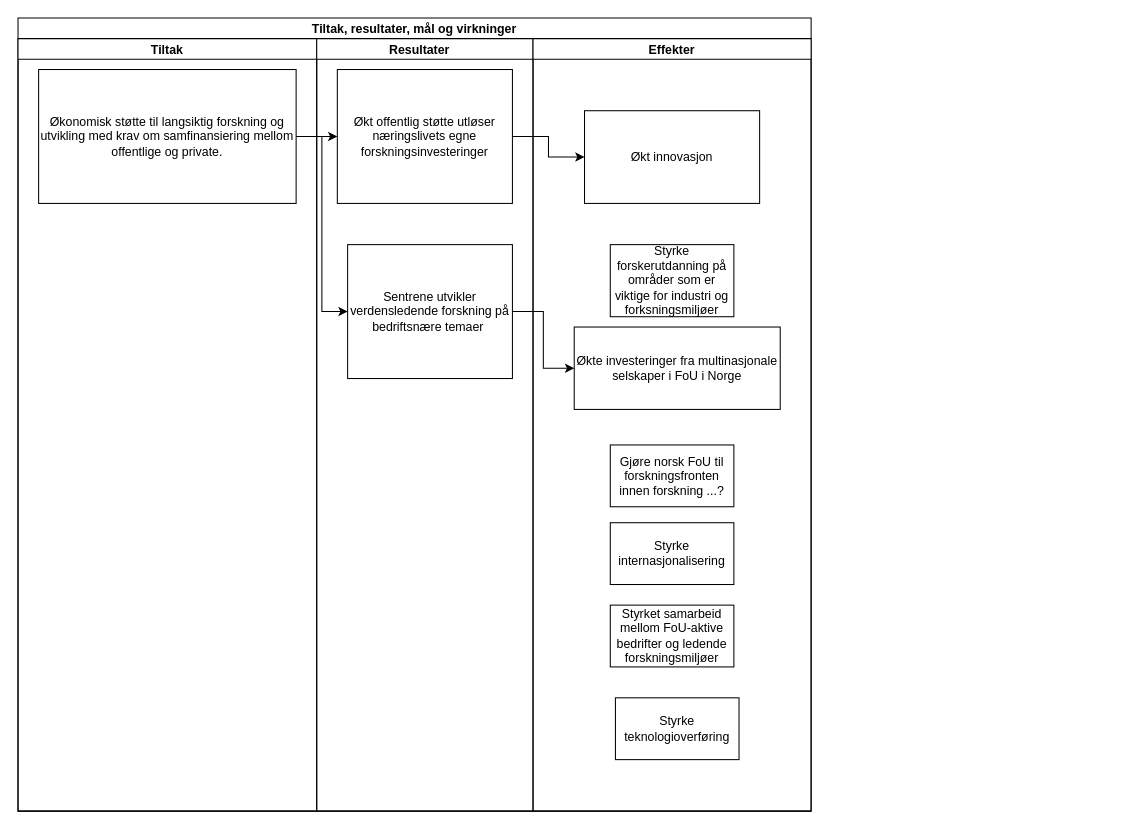
Above: SFI_effektdiagram.drawio in gardenberg/drawio_tegninger (draw.io), before the change. Source tidied: cells renumbered, new cells numbered last; positions are measured from the earlier drawing's top-left corner, leaving out a move shared by most shapes. Both pictures are drawn from the tidied source at 103%, with x=0, y=0 at pixel (18, 18).
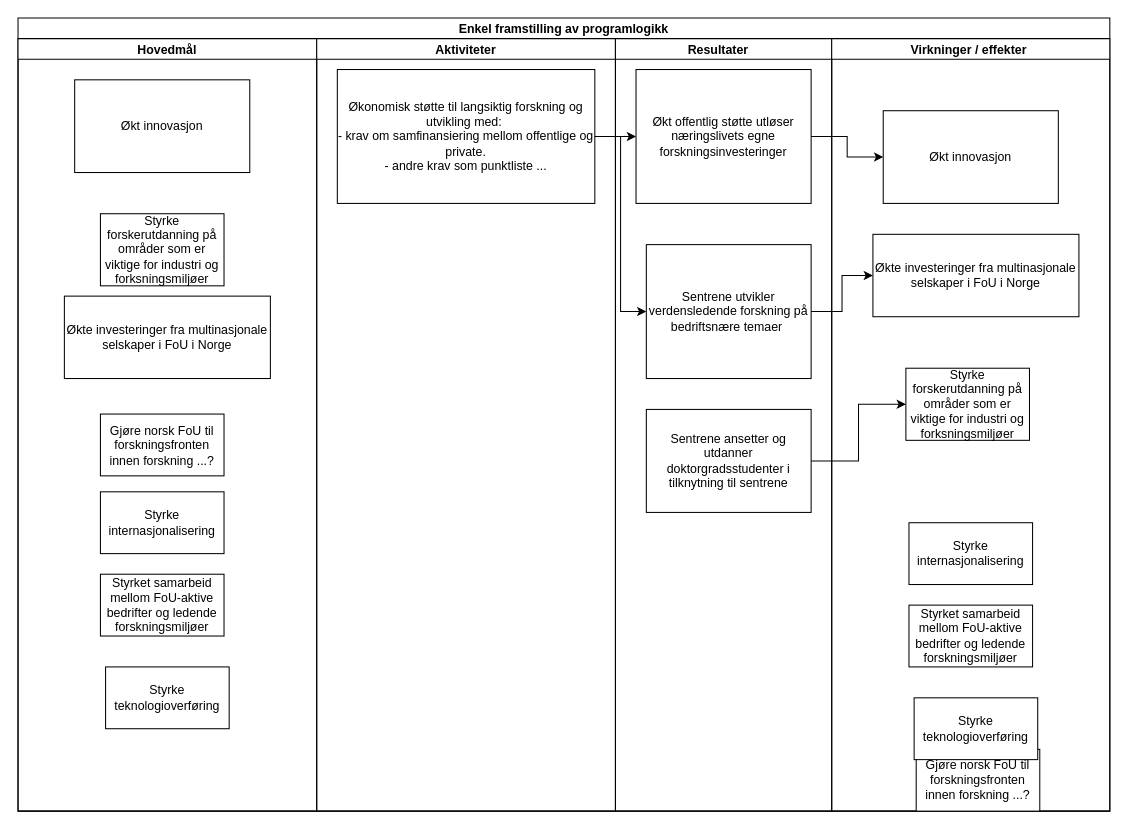
Above is the later version.

Diff of the diagram source:
```diff
@@
-    <mxCell id="2" value="Tiltak, resultater, mål og virkninger" style="swimlane;startSize=20;" parent="1" vertex="1">
-      <mxGeometry width="770" height="770" as="geometry" />
+    <mxCell id="2" value="Enkel framstilling av programlogikk" style="swimlane;startSize=20;" parent="1" vertex="1">
+      <mxGeometry width="1060" height="770" as="geometry" />
     </mxCell>
+    <mxCell id="20" value="Hovedmål" style="swimlane;startSize=20;" parent="2" vertex="1">
+      <mxGeometry y="20" width="290" height="750" as="geometry" />
+    </mxCell>
+    <mxCell id="21" value="Styrke internasjonalisering" style="whiteSpace=wrap;html=1;" parent="20" vertex="1">
+      <mxGeometry x="80" y="440" width="120" height="60" as="geometry" />
+    </mxCell>
+    <mxCell id="22" value="Styrke forskerutdanning på områder som er viktige for industri og forksningsmiljøer" style="whiteSpace=wrap;html=1;" parent="20" vertex="1">
+      <mxGeometry x="80" y="170" width="120" height="70" as="geometry" />
+    </mxCell>
+    <mxCell id="23" value="Økt innovasjon" style="whiteSpace=wrap;html=1;" parent="20" vertex="1">
+      <mxGeometry x="55" y="40" width="170" height="90" as="geometry" />
+    </mxCell>
+    <mxCell id="24" value="Økte investeringer fra multinasjonale selskaper i FoU i Norge" style="whiteSpace=wrap;html=1;" parent="20" vertex="1">
+      <mxGeometry x="45" y="250" width="200" height="80" as="geometry" />
+    </mxCell>
+    <mxCell id="25" value="Gjøre norsk FoU til forskningsfronten innen forskning ...?" style="whiteSpace=wrap;html=1;" parent="20" vertex="1">
+      <mxGeometry x="80" y="364.5" width="120" height="60" as="geometry" />
+    </mxCell>
+    <mxCell id="26" value="Styrket samarbeid mellom FoU-aktive bedrifter og ledende forskningsmiljøer" style="whiteSpace=wrap;html=1;" parent="20" vertex="1">
+      <mxGeometry x="80" y="520" width="120" height="60" as="geometry" />
+    </mxCell>
+    <mxCell id="27" value="Styrke teknologioverføring" style="whiteSpace=wrap;html=1;" parent="20" vertex="1">
+      <mxGeometry x="85" y="610" width="120" height="60" as="geometry" />
+    </mxCell>
-    <mxCell id="3" value="Tiltak" style="swimlane;startSize=20;" parent="2" vertex="1">
-      <mxGeometry y="20" width="290" height="750" as="geometry" />
+    <mxCell id="3" value="Aktiviteter" style="swimlane;startSize=20;" parent="2" vertex="1">
+      <mxGeometry x="290" y="20" width="290" height="750" as="geometry" />
     </mxCell>
-    <mxCell id="4" value="Økonomisk støtte til langsiktig forskning og utvikling med krav om samfinansiering mellom offentlige og private." style="whiteSpace=wrap;html=1;" parent="3" vertex="1">
+    <mxCell id="4" value="Økonomisk støtte til langsiktig forskning og utvikling med:&amp;nbsp;&lt;br&gt;- krav om samfinansiering mellom offentlige og private.&lt;br&gt;- andre krav som punktliste ..." style="whiteSpace=wrap;html=1;" parent="3" vertex="1">
       <mxGeometry x="20" y="30" width="250" height="130" as="geometry" />
     </mxCell>
     <mxCell id="5" value="Resultater   " style="swimlane;startSize=20;" parent="2" vertex="1">
-      <mxGeometry x="290" y="20" width="210" height="750" as="geometry" />
+      <mxGeometry x="580" y="20" width="210" height="750" as="geometry" />
     </mxCell>
@@
+    <mxCell id="18" value="Sentrene utvikler verdensledende forskning på bedriftsnære temaer&amp;nbsp;" style="whiteSpace=wrap;html=1;" parent="5" vertex="1">
+      <mxGeometry x="30" y="200" width="160" height="130" as="geometry" />
+    </mxCell>
+    <mxCell id="28" value="Sentrene ansetter og utdanner doktorgradsstudenter i tilknytning til sentrene" style="whiteSpace=wrap;html=1;" parent="5" vertex="1">
+      <mxGeometry x="30" y="360" width="160" height="100" as="geometry" />
+    </mxCell>
@@
-    <mxCell id="8" value="Effekter" style="swimlane;startSize=20;" parent="2" vertex="1">
-      <mxGeometry x="500" y="20" width="270" height="750" as="geometry" />
+    <mxCell id="8" value="Virkninger / effekter " style="swimlane;startSize=20;" parent="2" vertex="1">
+      <mxGeometry x="790" y="20" width="270" height="750" as="geometry" />
     </mxCell>
@@
     <mxCell id="10" value="Styrke forskerutdanning på områder som er viktige for industri og forksningsmiljøer" style="whiteSpace=wrap;html=1;" parent="8" vertex="1">
-      <mxGeometry x="75" y="200" width="120" height="70" as="geometry" />
+      <mxGeometry x="72" y="320" width="120" height="70" as="geometry" />
     </mxCell>
@@
     <mxCell id="12" value="Økte investeringer fra multinasjonale selskaper i FoU i Norge" style="whiteSpace=wrap;html=1;" parent="8" vertex="1">
-      <mxGeometry x="40" y="280" width="200" height="80" as="geometry" />
+      <mxGeometry x="40" y="190" width="200" height="80" as="geometry" />
     </mxCell>
     <mxCell id="13" value="Gjøre norsk FoU til forskningsfronten innen forskning ...?" style="whiteSpace=wrap;html=1;" parent="8" vertex="1">
-      <mxGeometry x="75" y="394.5" width="120" height="60" as="geometry" />
+      <mxGeometry x="82" y="690" width="120" height="60" as="geometry" />
     </mxCell>
@@
-    <mxCell id="17" style="edgeStyle=orthogonalEdgeStyle;rounded=0;jettySize=auto;html=1;" parent="1" edge="1" source="18" target="12">
+    <mxCell id="17" style="edgeStyle=orthogonalEdgeStyle;rounded=0;jettySize=auto;html=1;" parent="2" edge="1" source="18" target="12">
       <mxGeometry relative="1" as="geometry" />
     </mxCell>
-    <mxCell id="18" value="Sentrene utvikler verdensledende forskning på bedriftsnære temaer&amp;nbsp;" style="whiteSpace=wrap;html=1;" parent="1" vertex="1">
-      <mxGeometry x="320" y="220" width="160" height="130" as="geometry" />
-    </mxCell>
-    <mxCell id="19" style="edgeStyle=orthogonalEdgeStyle;rounded=0;jettySize=auto;html=1;entryX=0;entryY=0.5;entryDx=0;entryDy=0;" parent="1" edge="1" source="4" target="18">
+    <mxCell id="19" style="edgeStyle=orthogonalEdgeStyle;rounded=0;jettySize=auto;html=1;entryX=0;entryY=0.5;entryDx=0;entryDy=0;" parent="2" edge="1" source="4" target="18">
       <mxGeometry relative="1" as="geometry" />
     </mxCell>
+    <mxCell id="29" style="edgeStyle=orthogonalEdgeStyle;rounded=0;jettySize=auto;html=1;" parent="2" edge="1" source="28" target="10">
+      <mxGeometry relative="1" as="geometry" />
+    </mxCell>
```
